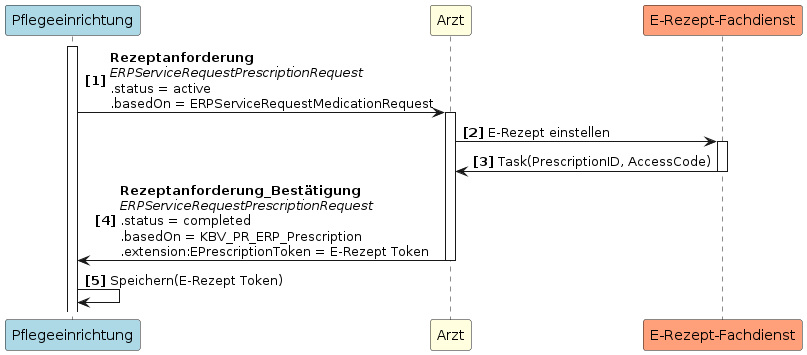
The PlantUML diagram guides/ig-rezeptanforderung/images/puml_images/UC1_1.png in gematik/spec-E-Rezept-ServiceRequest, before a commit.
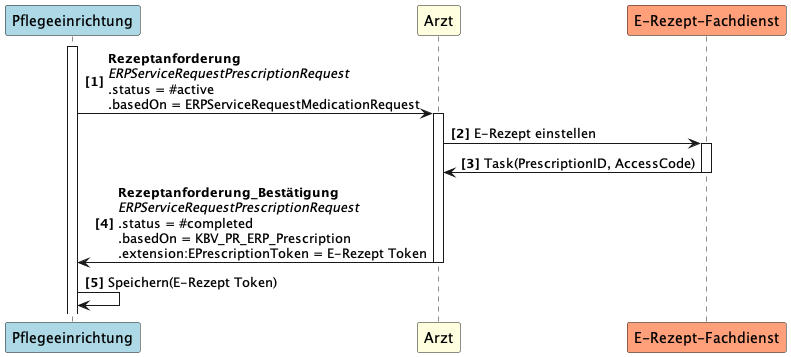
The same diagram one commit later.

The edit, as a diff of the source:
```diff
@@ -5,9 +5,9 @@
 participant "E-Rezept-Fachdienst" as FD #LightSalmon
 
 activate PE
-PE -> A++: <b>Rezeptanforderung \n<i>ERPServiceRequestPrescriptionRequest \n.status = active \n.basedOn = ERPServiceRequestMedicationRequest
+PE -> A++: <b>Rezeptanforderung \n<i>ERPServiceRequestPrescriptionRequest \n.status = #active \n.basedOn = ERPServiceRequestMedicationRequest
 A -> FD++: E-Rezept einstellen
 FD -> A--: Task(PrescriptionID, AccessCode)
-A -> PE--: <b>Rezeptanforderung_Bestätigung\n<i>ERPServiceRequestPrescriptionRequest \n.status = completed \n.basedOn = KBV_PR_ERP_Prescription \n.extension:EPrescriptionToken = E-Rezept Token
+A -> PE--: <b>Rezeptanforderung_Bestätigung\n<i>ERPServiceRequestPrescriptionRequest \n.status = #completed \n.basedOn = KBV_PR_ERP_Prescription \n.extension:EPrescriptionToken = E-Rezept Token
 PE -> PE: Speichern(E-Rezept Token)
 @enduml
```
